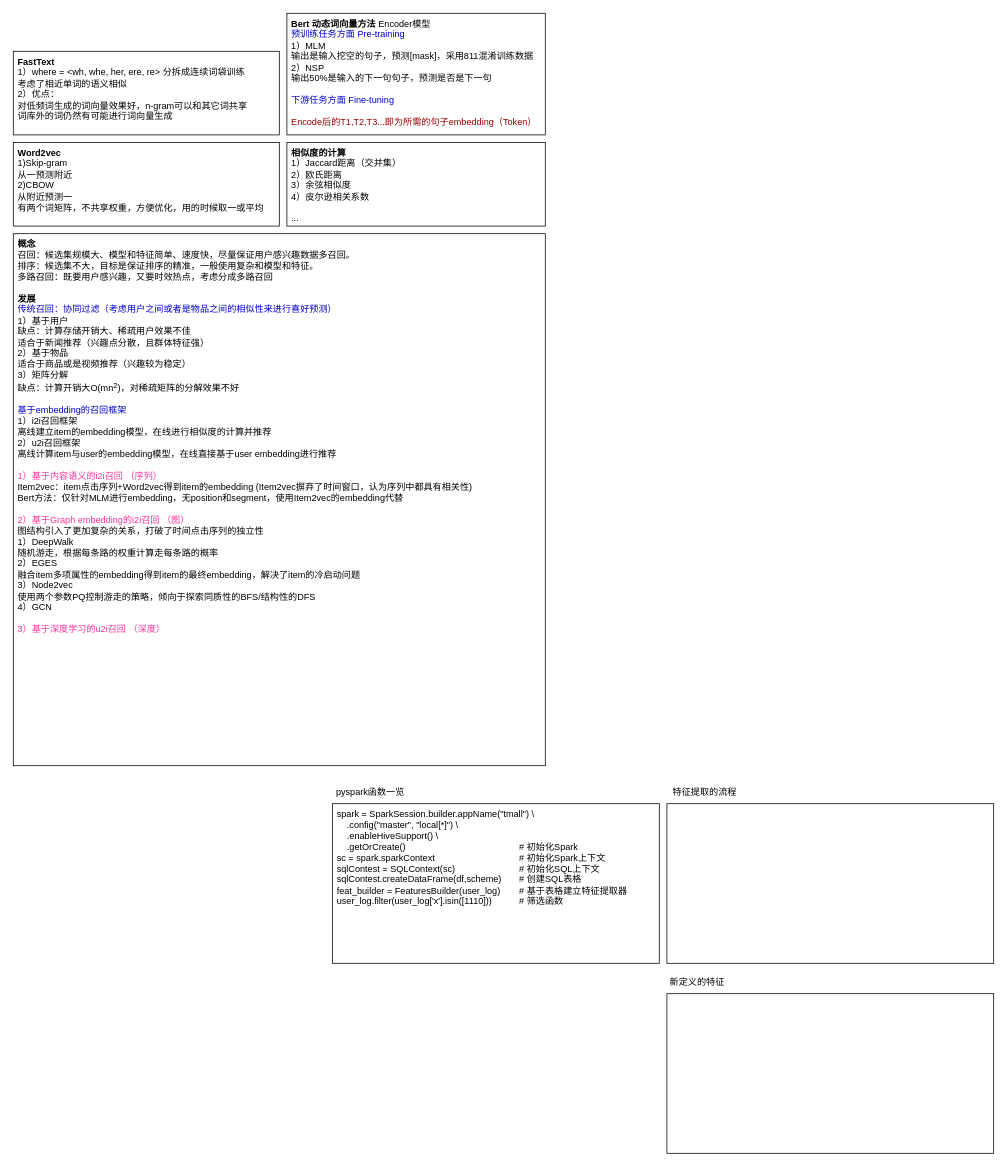
limpid-11/drawio keeps this draw.io diagram as tmall2.drawio. Above is the earlier version. Source tidied: cells renumbered, new cells numbered last; positions are measured from the earlier drawing's top-left corner, leaving out a move shared by most shapes. Both pictures are drawn from the tidied source at 76%, with x=0, y=0 at pixel (13, 13).
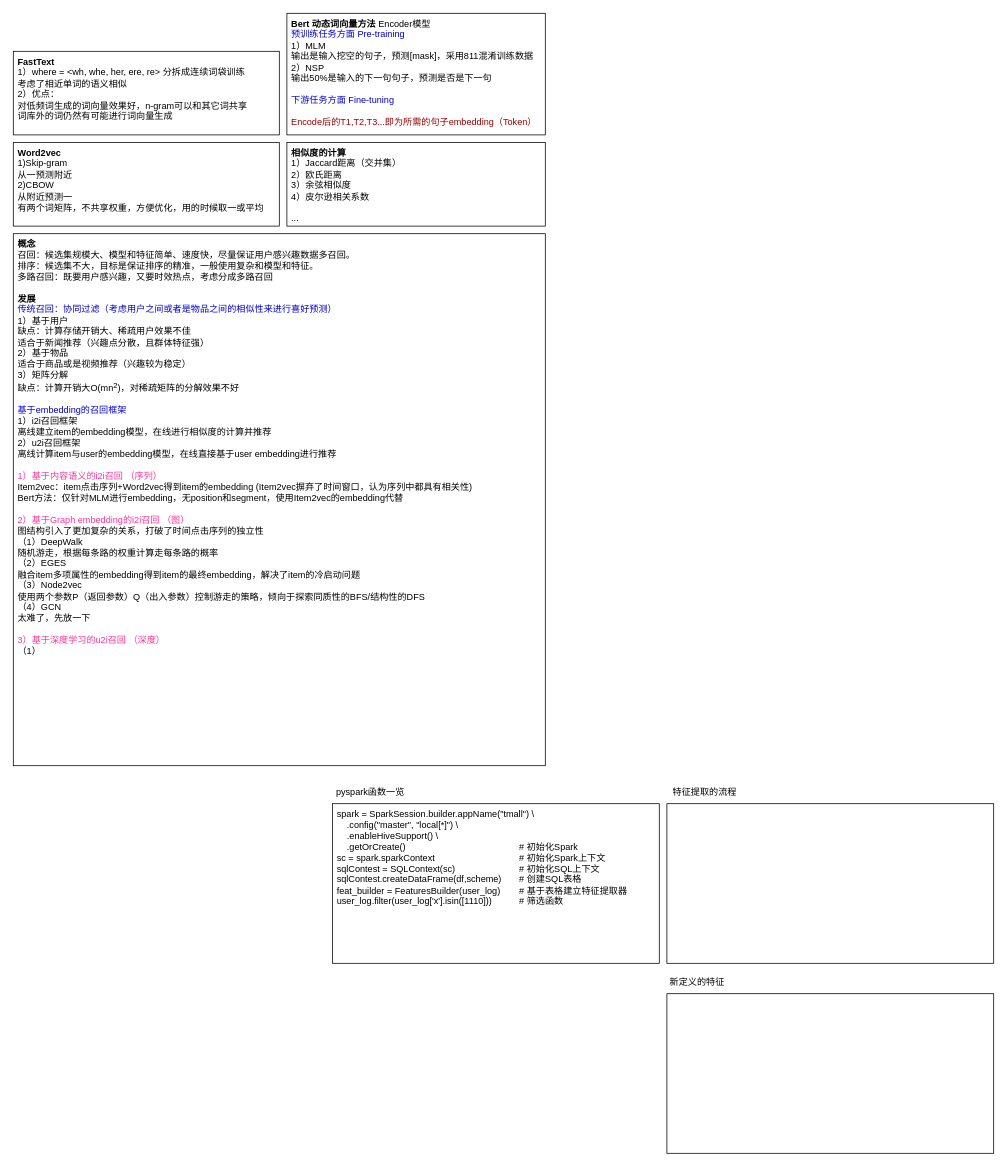
The same page after the edit.

Diff of the diagram source:
```diff
@@
 <mxGraphModel>
   <root>
     <mxCell id="0" />
     <mxCell id="1" parent="0" />
     <mxCell id="2" value="&lt;div&gt;spark = SparkSession.builder&lt;span style=&quot;background-color: initial;&quot;&gt;.appName(&quot;tmall&quot;) \&lt;/span&gt;&lt;/div&gt;&lt;div&gt;&amp;nbsp; &amp;nbsp; .config(&quot;master&quot;, &quot;local[*]&quot;) \&lt;/div&gt;&lt;div&gt;&amp;nbsp; &amp;nbsp; .enableHiveSupport() \&lt;/div&gt;&lt;div&gt;&amp;nbsp; &amp;nbsp; .getOrCreate()&lt;span style=&quot;white-space: pre;&quot;&gt;&#9;&lt;/span&gt;&lt;span style=&quot;white-space: pre;&quot;&gt;&#9;&lt;/span&gt;&lt;span style=&quot;white-space: pre;&quot;&gt;&#9;&lt;/span&gt;&lt;span style=&quot;white-space: pre;&quot;&gt;&#9;&lt;/span&gt;&lt;span style=&quot;white-space: pre;&quot;&gt;&#9;&lt;span style=&quot;white-space: pre;&quot;&gt;&#9;&lt;/span&gt;&lt;/span&gt;# 初始化Spark&lt;/div&gt;&lt;div&gt;sc = spark.sparkContext&lt;span style=&quot;white-space: pre;&quot;&gt;&#9;&lt;/span&gt;&lt;span style=&quot;white-space: pre;&quot;&gt;&#9;&lt;/span&gt;&lt;span style=&quot;white-space: pre;&quot;&gt;&#9;&lt;/span&gt;&lt;span style=&quot;white-space: pre;&quot;&gt;&#9;&lt;span style=&quot;white-space: pre;&quot;&gt;&#9;&lt;/span&gt;&lt;/span&gt;# 初始化Spark上下文&lt;br&gt;&lt;/div&gt;&lt;div&gt;sqlContest = SQLContext(sc)&lt;span style=&quot;white-space: pre;&quot;&gt;&#9;&lt;/span&gt;&lt;span style=&quot;white-space: pre;&quot;&gt;&#9;&lt;/span&gt;&lt;span style=&quot;white-space: pre;&quot;&gt;&#9;&lt;span style=&quot;white-space: pre;&quot;&gt;&#9;&lt;/span&gt;&lt;/span&gt;# 初始化SQL上下文&lt;br&gt;&lt;/div&gt;&lt;div&gt;sqlContest.createDataFrame(df,scheme)&lt;span style=&quot;white-space: pre;&quot;&gt;&#9;&lt;/span&gt;# 创建SQL表格&lt;br&gt;&lt;/div&gt;&lt;div&gt;feat_builder = FeaturesBuilder(user_log)&lt;span style=&quot;white-space: pre;&quot;&gt;&#9;&lt;/span&gt;# 基于表格建立特征提取器&lt;br&gt;&lt;/div&gt;&lt;div&gt;user_log.filter(user_log['x'].isin([1110]))&lt;span style=&quot;white-space: pre;&quot;&gt;&#9;&lt;/span&gt;&lt;span style=&quot;white-space: pre;&quot;&gt;&#9;&lt;/span&gt;# 筛选函数&lt;br&gt;&lt;/div&gt;&lt;div&gt;&lt;br&gt;&lt;/div&gt;&lt;div&gt;&lt;br&gt;&lt;/div&gt;" style="rounded=0;whiteSpace=wrap;html=1;align=left;verticalAlign=top;spacingLeft=4;" parent="1" vertex="1">
       <mxGeometry x="420" y="1040" width="430" height="210" as="geometry" />
     </mxCell>
     <mxCell id="3" value="pyspark函数一览" style="text;html=1;align=center;verticalAlign=middle;whiteSpace=wrap;rounded=0;" parent="1" vertex="1">
       <mxGeometry x="420" y="1010" width="100" height="30" as="geometry" />
     </mxCell>
     <mxCell id="4" value="&lt;div&gt;&lt;br&gt;&lt;/div&gt;" style="rounded=0;whiteSpace=wrap;html=1;align=left;verticalAlign=top;spacingLeft=4;" parent="1" vertex="1">
       <mxGeometry x="860" y="1040" width="430" height="210" as="geometry" />
     </mxCell>
     <mxCell id="5" value="特征提取的流程" style="text;html=1;align=center;verticalAlign=middle;whiteSpace=wrap;rounded=0;" parent="1" vertex="1">
       <mxGeometry x="860" y="1010" width="100" height="30" as="geometry" />
     </mxCell>
     <mxCell id="6" value="新定义的特征" style="text;html=1;align=center;verticalAlign=middle;whiteSpace=wrap;rounded=0;" parent="1" vertex="1">
       <mxGeometry x="860" y="1260" width="80" height="30" as="geometry" />
     </mxCell>
     <mxCell id="7" value="&lt;div&gt;&lt;br&gt;&lt;/div&gt;" style="rounded=0;whiteSpace=wrap;html=1;align=left;verticalAlign=top;spacingLeft=4;" parent="1" vertex="1">
       <mxGeometry x="860" y="1290" width="430" height="210" as="geometry" />
     </mxCell>
-    <mxCell id="8" value="&lt;div&gt;&lt;b&gt;概念&lt;/b&gt;&lt;/div&gt;&lt;div&gt;召回：候选集规模大、模型和特征简单、速度快，尽量保证用户感兴趣数据多召回。&lt;/div&gt;&lt;div&gt;排序：候选集不大，目标是保证排序的精准，一般使用复杂和模型和特征。&lt;/div&gt;&lt;div&gt;多路召回：既要用户感兴趣，又要时效热点，考虑分成多路召回&lt;/div&gt;&lt;div&gt;&lt;br&gt;&lt;/div&gt;&lt;div&gt;&lt;b&gt;发展&lt;/b&gt;&lt;/div&gt;&lt;div&gt;&lt;font color=&quot;#0000cc&quot;&gt;传统召回：协同过滤（考虑用户之间或者是物品之间的相似性来进行喜好预测）&lt;/font&gt;&lt;/div&gt;&lt;div&gt;1）基于用户&lt;/div&gt;&lt;div&gt;缺点：计算存储开销大、稀疏用户效果不佳&lt;/div&gt;&lt;div&gt;适合于新闻推荐（兴趣点分散，且群体特征强）&lt;/div&gt;&lt;div&gt;2）基于物品&lt;/div&gt;&lt;div&gt;适合于商品或是视频推荐（兴趣较为稳定）&lt;/div&gt;&lt;div&gt;3）矩阵分解&lt;br&gt;&lt;/div&gt;&lt;div&gt;缺点：计算开销大O(mn&lt;sup&gt;2&lt;/sup&gt;)，对稀疏矩阵的分解效果不好&lt;/div&gt;&lt;div&gt;&lt;br&gt;&lt;/div&gt;&lt;div&gt;&lt;font color=&quot;#0000cc&quot;&gt;基于embedding的召回框架&lt;/font&gt;&lt;/div&gt;&lt;div&gt;1）i2i召回框架&lt;/div&gt;&lt;div&gt;离线建立item的embedding模型，在线进行相似度的计算并推荐&lt;/div&gt;&lt;div&gt;2）u2i召回框架&lt;/div&gt;&lt;div&gt;离线计算item与user的&lt;span style=&quot;background-color: initial;&quot;&gt;embedding模型，在线直接基于user&amp;nbsp;&lt;/span&gt;&lt;span style=&quot;background-color: initial;&quot;&gt;embedding进行推荐&lt;/span&gt;&lt;/div&gt;&lt;div&gt;&lt;br&gt;&lt;/div&gt;&lt;div&gt;&lt;font color=&quot;#ff3399&quot;&gt;1）基于内容语义的i2i召回 （序列）&lt;/font&gt;&lt;/div&gt;&lt;div&gt;Item2vec：item点击序列+Word2vec得到item的embedding (&lt;span style=&quot;background-color: initial;&quot;&gt;Item2vec&lt;/span&gt;&lt;span style=&quot;background-color: initial;&quot;&gt;摒弃了时间窗口，认为序列中都具有相关性)&lt;/span&gt;&lt;/div&gt;&lt;div&gt;&lt;span style=&quot;background-color: initial;&quot;&gt;Bert方法：仅针对MLM进行embedding，无position和segment，使用&lt;/span&gt;&lt;span style=&quot;background-color: initial;&quot;&gt;Item2vec的embedding代替&lt;/span&gt;&lt;/div&gt;&lt;div&gt;&lt;span style=&quot;background-color: initial;&quot;&gt;&lt;br&gt;&lt;/span&gt;&lt;/div&gt;&lt;div&gt;&lt;span style=&quot;background-color: initial;&quot;&gt;&lt;font color=&quot;#ff3399&quot;&gt;2）基于Graph embedding的i2i召回 （图）&lt;/font&gt;&lt;/span&gt;&lt;/div&gt;&lt;div&gt;&lt;span style=&quot;background-color: initial;&quot;&gt;图结构引入了更加复杂的关系，打破了时间点击序列的独立性&lt;/span&gt;&lt;/div&gt;&lt;div&gt;&lt;span style=&quot;background-color: initial;&quot;&gt;1）DeepWalk&lt;/span&gt;&lt;br&gt;&lt;/div&gt;&lt;div&gt;随机游走，根据每条路的权重计算走每条路的概率&lt;/div&gt;&lt;div&gt;&lt;span style=&quot;background-color: initial;&quot;&gt;2）EGES&lt;/span&gt;&lt;/div&gt;&lt;div&gt;&lt;span style=&quot;background-color: initial;&quot;&gt;融合item多项属性的embedding得到item的最终embedding，解决了item的冷启动问题&lt;/span&gt;&lt;/div&gt;&lt;div&gt;3）Node2vec&lt;/div&gt;&lt;div&gt;使用两个参数PQ控制游走的策略，倾向于探索同质性的BFS/结构性的DFS&lt;/div&gt;&lt;div&gt;4）GCN&lt;/div&gt;&lt;div&gt;&lt;br&gt;&lt;/div&gt;&lt;div&gt;&lt;span style=&quot;color: rgb(255, 51, 153);&quot;&gt;3）基于深度学习的u2i召回 （深度）&lt;/span&gt;&lt;br&gt;&lt;/div&gt;" style="rounded=0;whiteSpace=wrap;html=1;align=left;verticalAlign=top;spacingLeft=4;" parent="1" vertex="1">
+    <mxCell id="8" value="&lt;div&gt;&lt;b&gt;概念&lt;/b&gt;&lt;/div&gt;&lt;div&gt;召回：候选集规模大、模型和特征简单、速度快，尽量保证用户感兴趣数据多召回。&lt;/div&gt;&lt;div&gt;排序：候选集不大，目标是保证排序的精准，一般使用复杂和模型和特征。&lt;/div&gt;&lt;div&gt;多路召回：既要用户感兴趣，又要时效热点，考虑分成多路召回&lt;/div&gt;&lt;div&gt;&lt;br&gt;&lt;/div&gt;&lt;div&gt;&lt;b&gt;发展&lt;/b&gt;&lt;/div&gt;&lt;div&gt;&lt;font color=&quot;#0000cc&quot;&gt;传统召回：协同过滤（考虑用户之间或者是物品之间的相似性来进行喜好预测）&lt;/font&gt;&lt;/div&gt;&lt;div&gt;1）基于用户&lt;/div&gt;&lt;div&gt;缺点：计算存储开销大、稀疏用户效果不佳&lt;/div&gt;&lt;div&gt;适合于新闻推荐（兴趣点分散，且群体特征强）&lt;/div&gt;&lt;div&gt;2）基于物品&lt;/div&gt;&lt;div&gt;适合于商品或是视频推荐（兴趣较为稳定）&lt;/div&gt;&lt;div&gt;3）矩阵分解&lt;br&gt;&lt;/div&gt;&lt;div&gt;缺点：计算开销大O(mn&lt;sup&gt;2&lt;/sup&gt;)，对稀疏矩阵的分解效果不好&lt;/div&gt;&lt;div&gt;&lt;br&gt;&lt;/div&gt;&lt;div&gt;&lt;font color=&quot;#0000cc&quot;&gt;基于embedding的召回框架&lt;/font&gt;&lt;/div&gt;&lt;div&gt;1）i2i召回框架&lt;/div&gt;&lt;div&gt;离线建立item的embedding模型，在线进行相似度的计算并推荐&lt;/div&gt;&lt;div&gt;2）u2i召回框架&lt;/div&gt;&lt;div&gt;离线计算item与user的&lt;span style=&quot;background-color: initial;&quot;&gt;embedding模型，在线直接基于user&amp;nbsp;&lt;/span&gt;&lt;span style=&quot;background-color: initial;&quot;&gt;embedding进行推荐&lt;/span&gt;&lt;/div&gt;&lt;div&gt;&lt;br&gt;&lt;/div&gt;&lt;div&gt;&lt;font color=&quot;#ff3399&quot;&gt;1）基于内容语义的i2i召回 （序列）&lt;/font&gt;&lt;/div&gt;&lt;div&gt;Item2vec：item点击序列+Word2vec得到item的embedding (&lt;span style=&quot;background-color: initial;&quot;&gt;Item2vec&lt;/span&gt;&lt;span style=&quot;background-color: initial;&quot;&gt;摒弃了时间窗口，认为序列中都具有相关性)&lt;/span&gt;&lt;/div&gt;&lt;div&gt;&lt;span style=&quot;background-color: initial;&quot;&gt;Bert方法：仅针对MLM进行embedding，无position和segment，使用&lt;/span&gt;&lt;span style=&quot;background-color: initial;&quot;&gt;Item2vec的embedding代替&lt;/span&gt;&lt;/div&gt;&lt;div&gt;&lt;span style=&quot;background-color: initial;&quot;&gt;&lt;br&gt;&lt;/span&gt;&lt;/div&gt;&lt;div&gt;&lt;span style=&quot;background-color: initial;&quot;&gt;&lt;font color=&quot;#ff3399&quot;&gt;2）基于Graph embedding的i2i召回 （图）&lt;/font&gt;&lt;/span&gt;&lt;/div&gt;&lt;div&gt;&lt;span style=&quot;background-color: initial;&quot;&gt;图结构引入了更加复杂的关系，打破了时间点击序列的独立性&lt;/span&gt;&lt;/div&gt;&lt;div&gt;&lt;span style=&quot;background-color: initial;&quot;&gt;（1）DeepWalk&lt;/span&gt;&lt;br&gt;&lt;/div&gt;&lt;div&gt;随机游走，根据每条路的权重计算走每条路的概率&lt;/div&gt;&lt;div&gt;&lt;span style=&quot;background-color: initial;&quot;&gt;（2）EGES&lt;/span&gt;&lt;/div&gt;&lt;div&gt;&lt;span style=&quot;background-color: initial;&quot;&gt;融合item多项属性的embedding得到item的最终embedding，解决了item的冷启动问题&lt;/span&gt;&lt;/div&gt;&lt;div&gt;（3）Node2vec&lt;/div&gt;&lt;div&gt;使用两个参数P（返回参数）Q（出入参数）控制游走的策略，倾向于探索同质性的BFS/结构性的DFS&lt;/div&gt;&lt;div&gt;（4）GCN&lt;/div&gt;&lt;div&gt;太难了，先放一下&lt;/div&gt;&lt;div&gt;&lt;br&gt;&lt;/div&gt;&lt;div&gt;&lt;span style=&quot;color: rgb(255, 51, 153);&quot;&gt;3）基于深度学习的u2i召回 （深度）&lt;/span&gt;&lt;br&gt;&lt;/div&gt;&lt;div&gt;（1）&lt;/div&gt;" style="rounded=0;whiteSpace=wrap;html=1;align=left;verticalAlign=top;spacingLeft=4;" parent="1" vertex="1">
       <mxGeometry y="290" width="700" height="700" as="geometry" />
     </mxCell>
     <mxCell id="9" value="&lt;div&gt;&lt;b&gt;相似度的计算&lt;/b&gt;&lt;/div&gt;&lt;div&gt;1）Jaccard距离（交并集）&lt;/div&gt;&lt;div&gt;2）欧氏距离&lt;/div&gt;&lt;div&gt;3）余弦相似度&lt;/div&gt;&lt;div&gt;4）皮尔逊相关系数&lt;/div&gt;&lt;div&gt;&lt;br&gt;&lt;/div&gt;&lt;div&gt;...&lt;/div&gt;" style="rounded=0;whiteSpace=wrap;html=1;align=left;verticalAlign=top;spacingLeft=4;" parent="1" vertex="1">
       <mxGeometry x="360" y="170" width="340" height="110" as="geometry" />
     </mxCell>
     <mxCell id="10" value="&lt;b&gt;Word2vec&lt;/b&gt;&lt;div&gt;1)Skip-gram&lt;/div&gt;&lt;div&gt;从一预测附近&lt;/div&gt;&lt;div&gt;2)CBOW&lt;/div&gt;&lt;div&gt;从附近预测一&lt;/div&gt;&lt;div&gt;有两个词矩阵，不共享权重，方便优化，用的时候取一或平均&lt;/div&gt;" style="rounded=0;whiteSpace=wrap;html=1;align=left;verticalAlign=top;spacingLeft=4;" parent="1" vertex="1">
       <mxGeometry y="170" width="350" height="110" as="geometry" />
     </mxCell>
     <mxCell id="11" value="&lt;b&gt;FastText&lt;/b&gt;&lt;br&gt;&lt;div&gt;1）where = &amp;lt;wh, whe, her, ere, re&amp;gt; 分拆成连续词袋训练&lt;/div&gt;&lt;div&gt;考虑了相近单词的语义相似&lt;/div&gt;&lt;div&gt;2）优点：&lt;/div&gt;&lt;div&gt;对低频词生成的词向量效果好，n-gram可以和其它词共享&lt;br&gt;&lt;/div&gt;&lt;div&gt;词库外的词仍然有可能进行词向量生成&lt;/div&gt;" style="rounded=0;whiteSpace=wrap;html=1;align=left;verticalAlign=top;spacingLeft=4;" parent="1" vertex="1">
       <mxGeometry y="50" width="350" height="110" as="geometry" />
     </mxCell>
     <mxCell id="12" value="&lt;b&gt;Bert 动态词向量方法&amp;nbsp;&lt;/b&gt;Encoder模型&lt;br&gt;&lt;div&gt;&lt;font color=&quot;#0000cc&quot;&gt;预训练任务方面 Pre-training&lt;/font&gt;&lt;/div&gt;&lt;div&gt;1）MLM&lt;/div&gt;&lt;div&gt;输出是输入挖空的句子，&lt;span style=&quot;background-color: initial;&quot;&gt;预测[mask]，采用811混淆训练数据&lt;/span&gt;&lt;/div&gt;&lt;div&gt;2）NSP&lt;/div&gt;&lt;div&gt;输出50%是输入的下一句句子，预测是否是下一句&lt;/div&gt;&lt;div&gt;&lt;br&gt;&lt;/div&gt;&lt;div&gt;&lt;font color=&quot;#0000cc&quot;&gt;下游任务方面 Fine-tuning&lt;/font&gt;&lt;/div&gt;&lt;div&gt;&lt;font color=&quot;#0000cc&quot;&gt;&lt;br&gt;&lt;/font&gt;&lt;/div&gt;&lt;div&gt;&lt;font color=&quot;#990000&quot;&gt;Encode后的T1,T2,T3...即为所需的句子embedding（Token）&lt;/font&gt;&lt;/div&gt;" style="rounded=0;whiteSpace=wrap;html=1;align=left;verticalAlign=top;spacingLeft=4;" parent="1" vertex="1">
       <mxGeometry x="360" width="340" height="160" as="geometry" />
     </mxCell>
   </root>
 </mxGraphModel>
```
